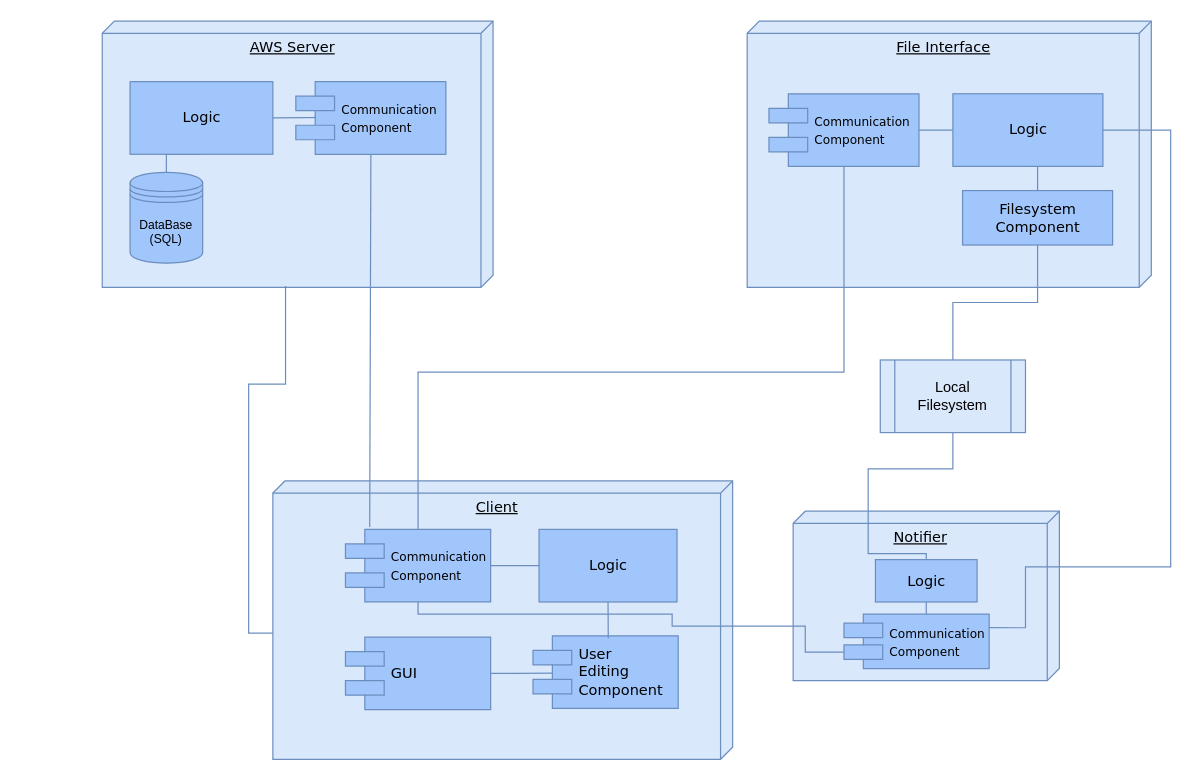
Before: modules.drawio in avnogy/netext, a draw.io diagram. Source tidied: cells renumbered, new cells numbered last; positions are measured from the earlier drawing's top-left corner, leaving out a move shared by most shapes. Both pictures are drawn from the tidied source at 121%, with x=0, y=0 at pixel (102, 21).
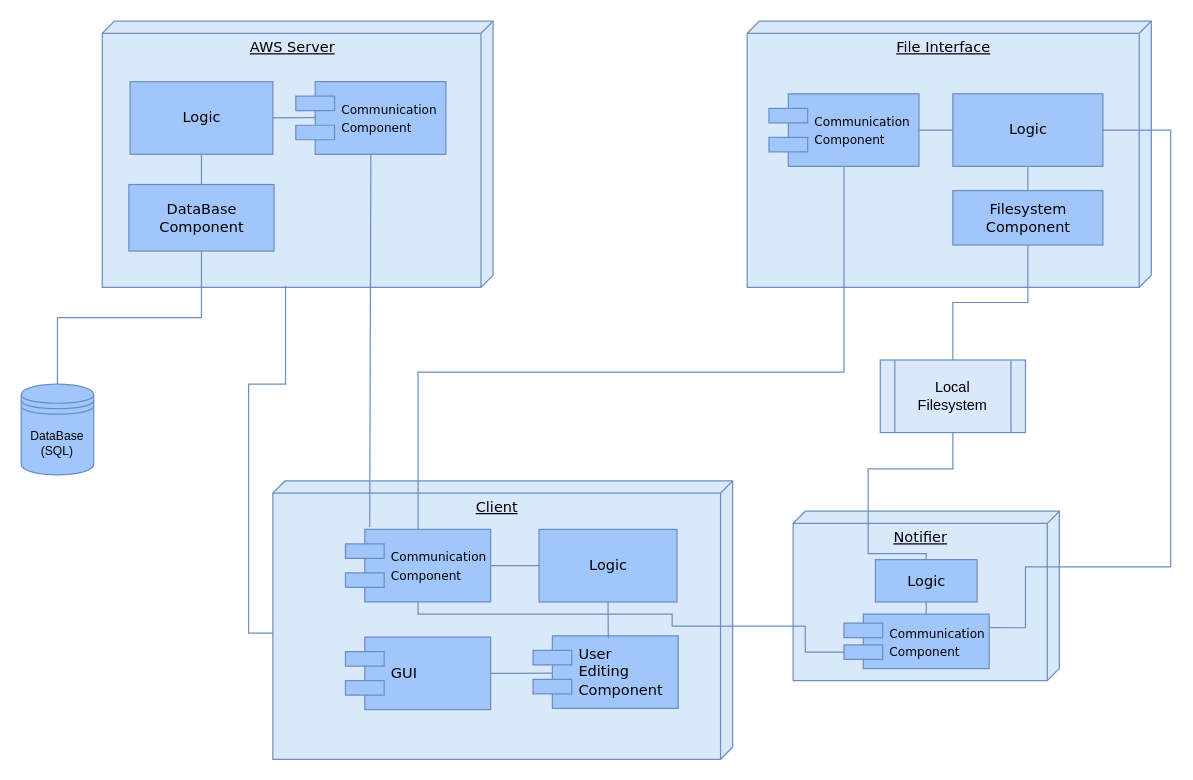
After the change.

Unchanged cells that the change refers to:
```xml
<mxCell id="23" value="Logic" style="html=1;rounded=0;shadow=0;comic=0;labelBackgroundColor=none;strokeWidth=1;fontFamily=Verdana;fontSize=12;align=center;enumerate=0;backgroundOutline=0;fixDash=0;snapToPoint=1;fillColor=#A1C6FC;strokeColor=#6c8ebf;" parent="1" vertex="1">
  <mxGeometry x="23" y="50" width="118" height="60" as="geometry" />
</mxCell>
```

What changed in the source:
```diff
@@
     <mxCell id="13" value="Filesystem &lt;br&gt;Component" style="html=1;rounded=0;shadow=0;comic=0;labelBackgroundColor=none;strokeWidth=1;fontFamily=Verdana;fontSize=12;align=center;enumerate=0;backgroundOutline=0;fixDash=0;snapToPoint=1;fillColor=#A1C6FC;strokeColor=#6c8ebf;" parent="1" vertex="1">
-      <mxGeometry x="711" y="140" width="124" height="45" as="geometry" />
+      <mxGeometry x="703" y="140" width="124" height="45" as="geometry" />
     </mxCell>
@@
-    <mxCell id="22" style="edgeStyle=orthogonalEdgeStyle;rounded=0;comic=0;jettySize=auto;html=1;entryX=0.5;entryY=0;entryDx=0;entryDy=0;fontSize=10;startArrow=none;startFill=0;endArrow=none;endFill=0;exitX=0.5;exitY=1;exitDx=0;exitDy=0;fillColor=#dae8fc;strokeColor=#6c8ebf;" parent="1" edge="1" source="23" target="27">
+    <mxCell id="22" style="edgeStyle=orthogonalEdgeStyle;rounded=0;comic=0;jettySize=auto;html=1;entryX=0.5;entryY=0;entryDx=0;entryDy=0;fontSize=10;startArrow=none;startFill=0;endArrow=none;endFill=0;fillColor=#dae8fc;strokeColor=#6c8ebf;exitX=0.5;exitY=1;exitDx=0;exitDy=0;" parent="1" edge="1" source="35" target="27">
       <mxGeometry relative="1" as="geometry" />
     </mxCell>
+    <mxCell id="34" style="edgeStyle=orthogonalEdgeStyle;rounded=0;jettySize=auto;html=1;entryX=0.5;entryY=0;entryDx=0;entryDy=0;fillColor=#dae8fc;strokeColor=#6c8ebf;endArrow=none;endFill=0;shadow=0;sketch=0;" parent="1" edge="1" source="23" target="35">
+      <mxGeometry relative="1" as="geometry" />
+    </mxCell>
@@
     <mxCell id="27" value="DataBase&lt;br&gt;(SQL)" style="shape=datastore;whiteSpace=wrap;html=1;fontSize=10;fillColor=#A1C6FC;strokeColor=#6c8ebf;" parent="1" vertex="1">
-      <mxGeometry x="23" y="125" width="60" height="75" as="geometry" />
+      <mxGeometry x="-67" y="300" width="60" height="75" as="geometry" />
     </mxCell>
@@
+    <mxCell id="35" value="DataBase&lt;br&gt;Component" style="html=1;rounded=0;shadow=0;comic=0;labelBackgroundColor=none;strokeWidth=1;fontFamily=Verdana;fontSize=12;align=center;enumerate=0;backgroundOutline=0;fixDash=0;snapToPoint=1;fillColor=#A1C6FC;strokeColor=#6c8ebf;" parent="1" vertex="1">
+      <mxGeometry x="22" y="135" width="120" height="55" as="geometry" />
+    </mxCell>
```
